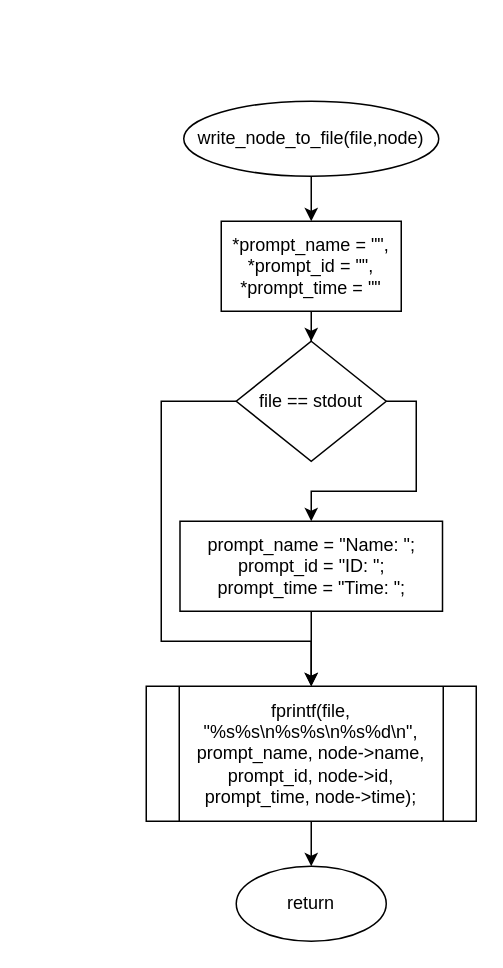
Before: page "write_node_to_file" (4 of 7) of lab5.drawio in Alvald1/draw.io, a draw.io diagram. Source tidied: cells renumbered, new cells numbered last; positions are measured from the earlier drawing's top-left corner, leaving out a move shared by most shapes. Both pictures are drawn from the tidied source at 150%, with x=0, y=0 at pixel (146, 100).
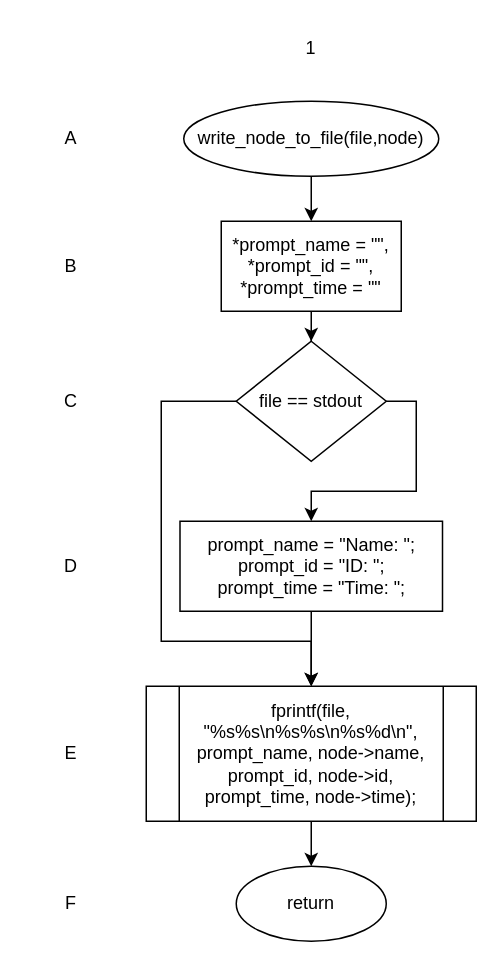
Above is the later version.

Change to the diagram source:
```diff
@@
+    <mxCell id="14" value="A" style="text;html=1;strokeColor=none;fillColor=none;align=center;verticalAlign=middle;whiteSpace=wrap;rounded=0;" parent="1" vertex="1">
+      <mxGeometry x="-80" y="10" width="60" height="30" as="geometry" />
+    </mxCell>
+    <mxCell id="15" value="B" style="text;html=1;strokeColor=none;fillColor=none;align=center;verticalAlign=middle;whiteSpace=wrap;rounded=0;" parent="1" vertex="1">
+      <mxGeometry x="-80" y="95" width="60" height="30" as="geometry" />
+    </mxCell>
+    <mxCell id="16" value="C" style="text;html=1;strokeColor=none;fillColor=none;align=center;verticalAlign=middle;whiteSpace=wrap;rounded=0;" parent="1" vertex="1">
+      <mxGeometry x="-80" y="185" width="60" height="30" as="geometry" />
+    </mxCell>
+    <mxCell id="17" value="D" style="text;html=1;strokeColor=none;fillColor=none;align=center;verticalAlign=middle;whiteSpace=wrap;rounded=0;" parent="1" vertex="1">
+      <mxGeometry x="-80" y="295" width="60" height="30" as="geometry" />
+    </mxCell>
+    <mxCell id="18" value="E" style="text;html=1;strokeColor=none;fillColor=none;align=center;verticalAlign=middle;whiteSpace=wrap;rounded=0;" parent="1" vertex="1">
+      <mxGeometry x="-80" y="420" width="60" height="30" as="geometry" />
+    </mxCell>
+    <mxCell id="19" value="F" style="text;html=1;strokeColor=none;fillColor=none;align=center;verticalAlign=middle;whiteSpace=wrap;rounded=0;" parent="1" vertex="1">
+      <mxGeometry x="-80" y="520" width="60" height="30" as="geometry" />
+    </mxCell>
+    <mxCell id="20" value="1" style="text;html=1;strokeColor=none;fillColor=none;align=center;verticalAlign=middle;whiteSpace=wrap;rounded=0;" parent="1" vertex="1">
+      <mxGeometry x="80" y="-50" width="60" height="30" as="geometry" />
+    </mxCell>
```
